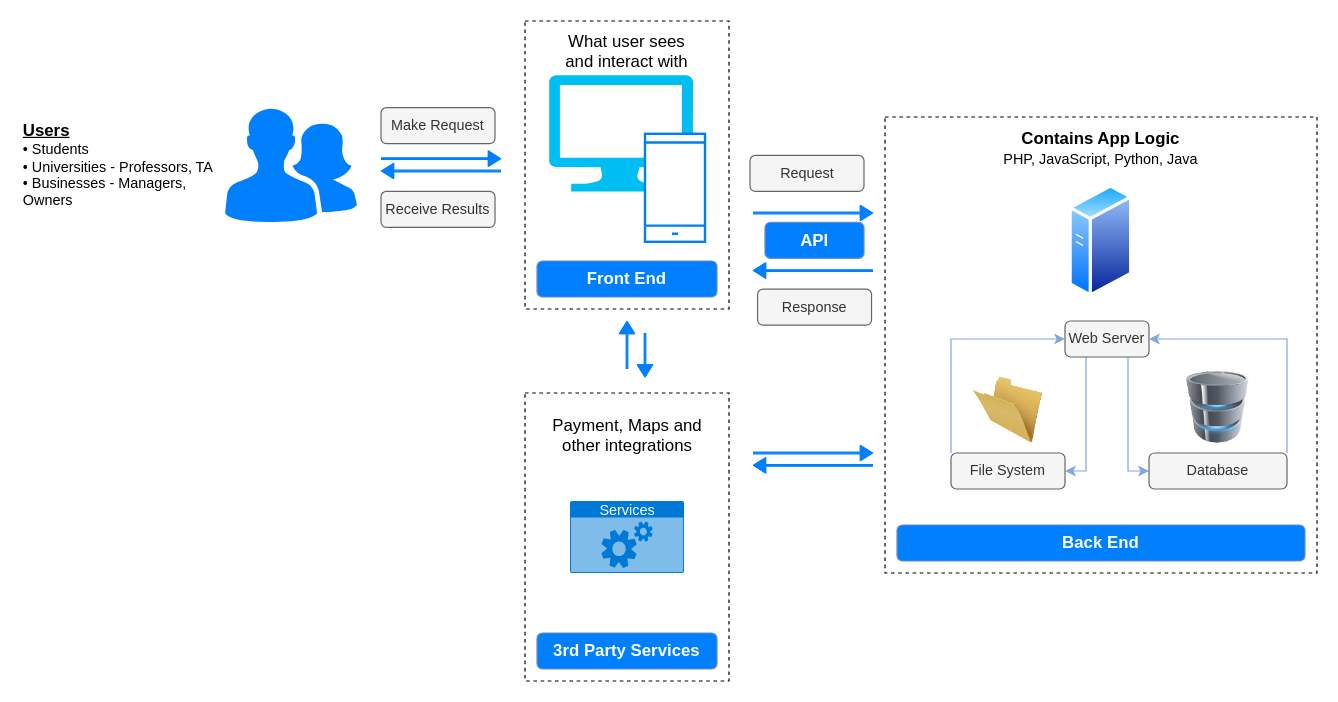
NishChahar/Uni-Assignments keeps this draw.io diagram as DIBU IT.drawio. Above is the earlier version. Source tidied: cells renumbered, new cells numbered last; positions are measured from the earlier drawing's top-left corner, leaving out a move shared by most shapes. Both pictures are drawn from the tidied source at 120%, with x=0, y=0 at pixel (20, 20).
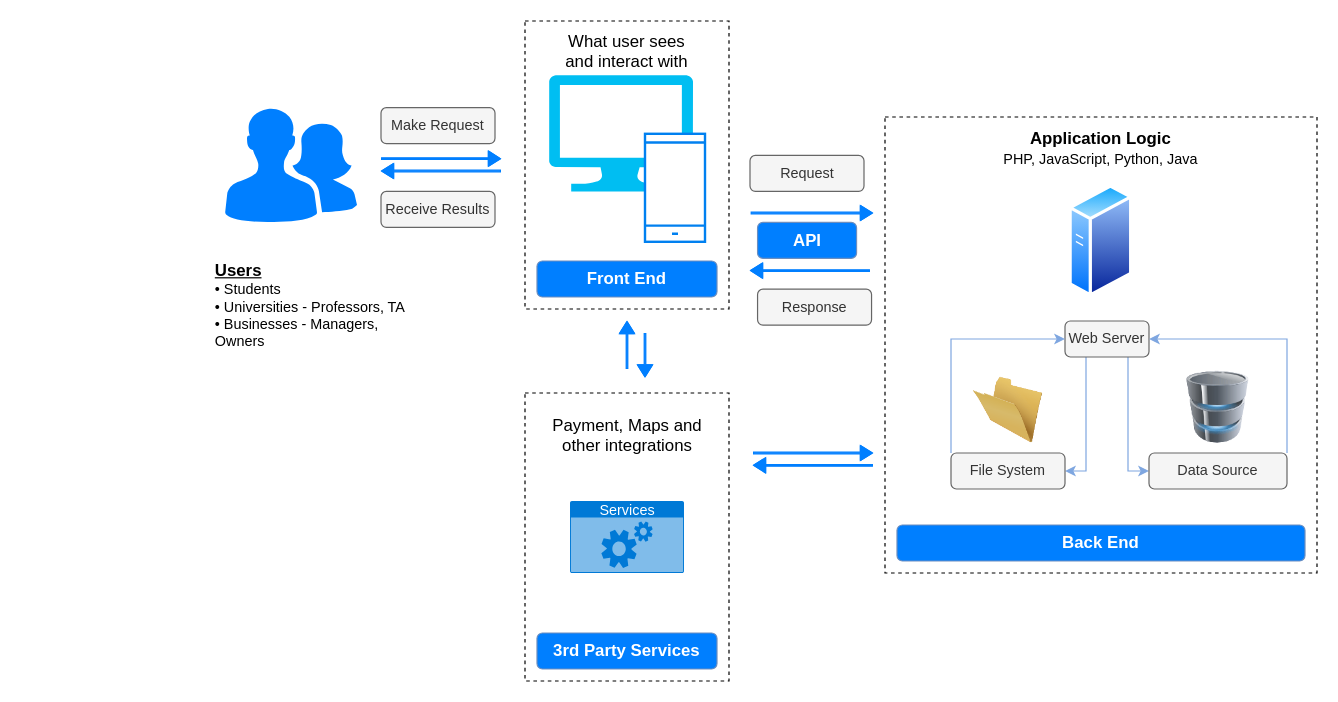
Above is the later version.

Change to the diagram source:
```diff
@@
     <mxCell id="5" value="&lt;b&gt;&lt;u&gt;&lt;font style=&quot;font-size: 14px&quot;&gt;Users&lt;/font&gt;&lt;/u&gt;&lt;/b&gt;&lt;br&gt;• Students&lt;br&gt;• Universities - Professors, TA&lt;br&gt;• Businesses - Managers, Owners" style="text;html=1;strokeColor=none;fillColor=none;align=left;verticalAlign=middle;whiteSpace=wrap;rounded=0;" parent="1" vertex="1">
-      <mxGeometry y="60" width="180" height="120" as="geometry" />
+      <mxGeometry x="160" y="177" width="180" height="120" as="geometry" />
     </mxCell>
@@
-    <mxCell id="12" value="&lt;font color=&quot;#000000&quot;&gt;&lt;b&gt;Contains App Logic&lt;/b&gt;&lt;br&gt;&lt;font style=&quot;font-size: 12px&quot;&gt;PHP, JavaScript, Python, Java&lt;/font&gt;&lt;br&gt;&lt;/font&gt;" style="text;html=1;strokeColor=none;fillColor=none;align=center;verticalAlign=middle;whiteSpace=wrap;rounded=0;dashed=1;fontSize=14;fontColor=#FFFFFF;" parent="1" vertex="1">
+    <mxCell id="12" value="&lt;font color=&quot;#000000&quot;&gt;&lt;b&gt;Application Logic&lt;/b&gt;&lt;br&gt;&lt;font style=&quot;font-size: 12px&quot;&gt;PHP, JavaScript, Python, Java&lt;/font&gt;&lt;br&gt;&lt;/font&gt;" style="text;html=1;strokeColor=none;fillColor=none;align=center;verticalAlign=middle;whiteSpace=wrap;rounded=0;dashed=1;fontSize=14;fontColor=#FFFFFF;" parent="1" vertex="1">
       <mxGeometry x="800" y="91" width="200" height="30" as="geometry" />
     </mxCell>
@@
-    <mxCell id="19" value="Database" style="text;html=1;strokeColor=#666666;fillColor=#f5f5f5;align=center;verticalAlign=middle;whiteSpace=wrap;rounded=1;fontSize=12;fontColor=#333333;" parent="1" vertex="1">
+    <mxCell id="19" value="Data Source" style="text;html=1;strokeColor=#666666;fillColor=#f5f5f5;align=center;verticalAlign=middle;whiteSpace=wrap;rounded=1;fontSize=12;fontColor=#333333;" parent="1" vertex="1">
       <mxGeometry x="940" y="360" width="115" height="30" as="geometry" />
     </mxCell>
@@
     <mxCell id="27" style="shape=flexArrow;endArrow=classic;html=1;rounded=0;fontSize=12;fontColor=#000000;strokeColor=#007FFF;fillColor=#007FFF;sketch=0;width=1.3333333333333333;endSize=3;endWidth=10.222222222222223;" parent="1" edge="1">
       <mxGeometry relative="1" as="geometry">
-        <mxPoint x="610" y="160" as="sourcePoint" />
+        <mxPoint x="608" y="160" as="sourcePoint" />
         <mxPoint x="710" y="160" as="targetPoint" />
         <Array as="points">
-          <mxPoint x="660" y="160" />
+          <mxPoint x="658" y="160" />
         </Array>
       </mxGeometry>
     </mxCell>
     <mxCell id="28" style="shape=flexArrow;endArrow=classic;html=1;rounded=0;fontSize=12;fontColor=#000000;strokeColor=#007FFF;fillColor=#007FFF;sketch=0;width=1.3333333333333333;endSize=3;endWidth=10.222222222222223;" parent="1" edge="1">
       <mxGeometry relative="1" as="geometry">
-        <mxPoint x="710" y="208" as="sourcePoint" />
-        <mxPoint x="610" y="208" as="targetPoint" />
+        <mxPoint x="707.5" y="208" as="sourcePoint" />
+        <mxPoint x="607.5" y="208" as="targetPoint" />
         <Array as="points">
-          <mxPoint x="660" y="208" />
+          <mxPoint x="657.5" y="208" />
         </Array>
       </mxGeometry>
     </mxCell>
@@
     <mxCell id="36" value="&lt;b&gt;&lt;font color=&quot;#ffffff&quot;&gt;API&lt;/font&gt;&lt;/b&gt;" style="text;html=1;strokeColor=#6c8ebf;fillColor=#007FFF;align=center;verticalAlign=middle;whiteSpace=wrap;rounded=1;fontSize=14;" parent="1" vertex="1">
-      <mxGeometry x="620" y="167.8" width="82.5" height="30" as="geometry" />
+      <mxGeometry x="613.8" y="167.8" width="82.5" height="30" as="geometry" />
     </mxCell>
```
